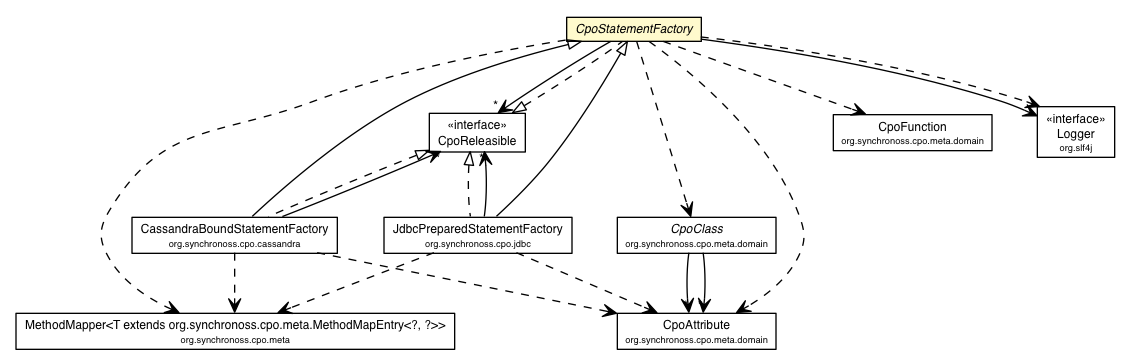
The Graphviz diagram site/apidocs/org/synchronoss/cpo/CpoStatementFactory.png in synchronoss/cpo-api, before a commit. Its source is kept beside it as site/apidocs/org/synchronoss/cpo/CpoStatementFactory.dot.
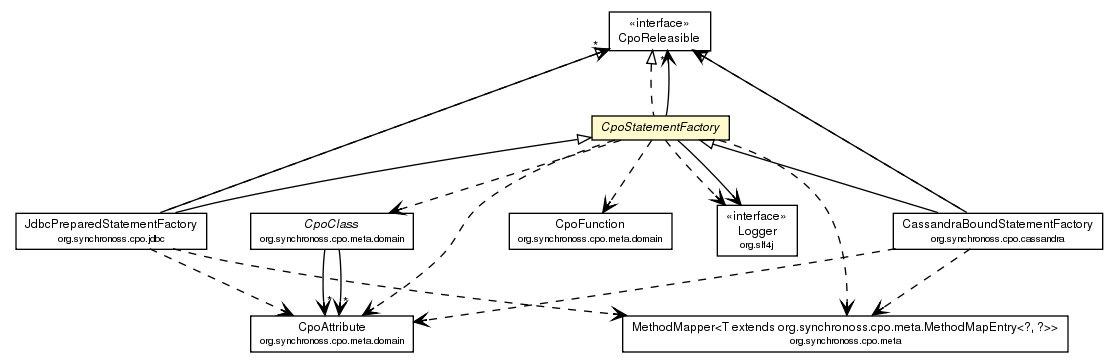
After the commit.

What changed in the source:
```diff
@@ -2,74 +2,74 @@
 digraph G {
 	edge [fontname="Helvetica",fontsize=10,labelfontname="Helvetica",labelfontsize=10];
 	node [fontname="Helvetica",fontsize=10,shape=plaintext];
-	c9514 [label=<<table border="0" cellborder="1" cellspacing="0" cellpadding="2" port="p" bgcolor="lemonChiffon" href="./CpoStatementFactory.html">
-		<tr><td><table border="0" cellspacing="0" cellpadding="1">
-			<tr><td><font face="Helvetica-Oblique"> CpoStatementFactory </font></td></tr>
-		</table></td></tr>
-		</table>>, fontname="Helvetica", fontcolor="black", fontsize=9.0];
-	c9516 [label=<<table border="0" cellborder="1" cellspacing="0" cellpadding="2" port="p" href="./CpoReleasible.html">
+	c14049 [label=<<table border="0" cellborder="1" cellspacing="0" cellpadding="2" port="p" href="./CpoReleasible.html">
 		<tr><td><table border="0" cellspacing="0" cellpadding="1">
 			<tr><td> &laquo;interface&raquo; </td></tr>
 			<tr><td> CpoReleasible </td></tr>
 		</table></td></tr>
 		</table>>, fontname="Helvetica", fontcolor="black", fontsize=9.0];
-	c9546 [label=<<table border="0" cellborder="1" cellspacing="0" cellpadding="2" port="p" href="./meta/MethodMapper.html">
+	c14051 [label=<<table border="0" cellborder="1" cellspacing="0" cellpadding="2" port="p" bgcolor="lemonChiffon" href="./CpoStatementFactory.html">
+		<tr><td><table border="0" cellspacing="0" cellpadding="1">
+			<tr><td><font face="Helvetica-Oblique"> CpoStatementFactory </font></td></tr>
+		</table></td></tr>
+		</table>>, fontname="Helvetica", fontcolor="black", fontsize=9.0];
+	c14068 [label=<<table border="0" cellborder="1" cellspacing="0" cellpadding="2" port="p" href="./meta/MethodMapper.html">
 		<tr><td><table border="0" cellspacing="0" cellpadding="1">
 			<tr><td> MethodMapper&lt;T extends org.synchronoss.cpo.meta.MethodMapEntry&lt;?, ?&gt;&gt; </td></tr>
 			<tr><td><font point-size="7.0"> org.synchronoss.cpo.meta </font></td></tr>
 		</table></td></tr>
 		</table>>, fontname="Helvetica", fontcolor="black", fontsize=9.0];
-	c9561 [label=<<table border="0" cellborder="1" cellspacing="0" cellpadding="2" port="p" href="./meta/domain/CpoFunction.html">
+	c14074 [label=<<table border="0" cellborder="1" cellspacing="0" cellpadding="2" port="p" href="./meta/domain/CpoAttribute.html">
+		<tr><td><table border="0" cellspacing="0" cellpadding="1">
+			<tr><td> CpoAttribute </td></tr>
+			<tr><td><font point-size="7.0"> org.synchronoss.cpo.meta.domain </font></td></tr>
+		</table></td></tr>
+		</table>>, fontname="Helvetica", fontcolor="black", fontsize=9.0];
+	c14078 [label=<<table border="0" cellborder="1" cellspacing="0" cellpadding="2" port="p" href="./meta/domain/CpoClass.html">
+		<tr><td><table border="0" cellspacing="0" cellpadding="1">
+			<tr><td><font face="Helvetica-Oblique"> CpoClass </font></td></tr>
+			<tr><td><font point-size="7.0"> org.synchronoss.cpo.meta.domain </font></td></tr>
+		</table></td></tr>
+		</table>>, fontname="Helvetica", fontcolor="black", fontsize=9.0];
+	c14080 [label=<<table border="0" cellborder="1" cellspacing="0" cellpadding="2" port="p" href="./meta/domain/CpoFunction.html">
 		<tr><td><table border="0" cellspacing="0" cellpadding="1">
 			<tr><td> CpoFunction </td></tr>
 			<tr><td><font point-size="7.0"> org.synchronoss.cpo.meta.domain </font></td></tr>
 		</table></td></tr>
 		</table>>, fontname="Helvetica", fontcolor="black", fontsize=9.0];
-	c9564 [label=<<table border="0" cellborder="1" cellspacing="0" cellpadding="2" port="p" href="./meta/domain/CpoClass.html">
-		<tr><td><table border="0" cellspacing="0" cellpadding="1">
-			<tr><td><font face="Helvetica-Oblique"> CpoClass </font></td></tr>
-			<tr><td><font point-size="7.0"> org.synchronoss.cpo.meta.domain </font></td></tr>
-		</table></td></tr>
-		</table>>, fontname="Helvetica", fontcolor="black", fontsize=9.0];
-	c9565 [label=<<table border="0" cellborder="1" cellspacing="0" cellpadding="2" port="p" href="./meta/domain/CpoAttribute.html">
-		<tr><td><table border="0" cellspacing="0" cellpadding="1">
-			<tr><td> CpoAttribute </td></tr>
-			<tr><td><font point-size="7.0"> org.synchronoss.cpo.meta.domain </font></td></tr>
-		</table></td></tr>
-		</table>>, fontname="Helvetica", fontcolor="black", fontsize=9.0];
-	c9624 [label=<<table border="0" cellborder="1" cellspacing="0" cellpadding="2" port="p" href="./jdbc/JdbcPreparedStatementFactory.html">
+	c14157 [label=<<table border="0" cellborder="1" cellspacing="0" cellpadding="2" port="p" href="./jdbc/JdbcPreparedStatementFactory.html">
 		<tr><td><table border="0" cellspacing="0" cellpadding="1">
 			<tr><td> JdbcPreparedStatementFactory </td></tr>
 			<tr><td><font point-size="7.0"> org.synchronoss.cpo.jdbc </font></td></tr>
 		</table></td></tr>
 		</table>>, fontname="Helvetica", fontcolor="black", fontsize=9.0];
-	c9676 [label=<<table border="0" cellborder="1" cellspacing="0" cellpadding="2" port="p" href="./cassandra/CassandraBoundStatementFactory.html">
+	c14195 [label=<<table border="0" cellborder="1" cellspacing="0" cellpadding="2" port="p" href="./cassandra/CassandraBoundStatementFactory.html">
 		<tr><td><table border="0" cellspacing="0" cellpadding="1">
 			<tr><td> CassandraBoundStatementFactory </td></tr>
 			<tr><td><font point-size="7.0"> org.synchronoss.cpo.cassandra </font></td></tr>
 		</table></td></tr>
 		</table>>, fontname="Helvetica", fontcolor="black", fontsize=9.0];
-	c9516:p -> c9514:p [dir=back,arrowtail=empty,style=dashed];
-	c9514:p -> c9624:p [dir=back,arrowtail=empty];
-	c9516:p -> c9624:p [dir=back,arrowtail=empty,style=dashed];
-	c9514:p -> c9676:p [dir=back,arrowtail=empty];
-	c9516:p -> c9676:p [dir=back,arrowtail=empty,style=dashed];
-	c9514:p -> c9720:p [taillabel="", label="", headlabel="", fontname="Helvetica", fontcolor="black", fontsize=10.0, color="black", arrowhead=open];
-	c9514:p -> c9516:p [taillabel="", label="", headlabel="*", fontname="Helvetica", fontcolor="black", fontsize=10.0, color="black", arrowhead=open];
-	c9564:p -> c9565:p [taillabel="", label="", headlabel="*", fontname="Helvetica", fontcolor="black", fontsize=10.0, color="black", arrowhead=open];
-	c9564:p -> c9565:p [taillabel="", label="", headlabel="*", fontname="Helvetica", fontcolor="black", fontsize=10.0, color="black", arrowhead=open];
-	c9624:p -> c9516:p [taillabel="", label="", headlabel="*", fontname="Helvetica", fontcolor="black", fontsize=10.0, color="black", arrowhead=open];
-	c9676:p -> c9516:p [taillabel="", label="", headlabel="*", fontname="Helvetica", fontcolor="black", fontsize=10.0, color="black", arrowhead=open];
-	c9514:p -> c9720:p [taillabel="", label="", headlabel="", fontname="Helvetica", fontcolor="black", fontsize=10.0, color="black", arrowhead=open, style=dashed];
-	c9514:p -> c9564:p [taillabel="", label="", headlabel="", fontname="Helvetica", fontcolor="black", fontsize=10.0, color="black", arrowhead=open, style=dashed];
-	c9514:p -> c9565:p [taillabel="", label="", headlabel="", fontname="Helvetica", fontcolor="black", fontsize=10.0, color="black", arrowhead=open, style=dashed];
-	c9514:p -> c9546:p [taillabel="", label="", headlabel="", fontname="Helvetica", fontcolor="black", fontsize=10.0, color="black", arrowhead=open, style=dashed];
-	c9514:p -> c9561:p [taillabel="", label="", headlabel="", fontname="Helvetica", fontcolor="black", fontsize=10.0, color="black", arrowhead=open, style=dashed];
-	c9624:p -> c9546:p [taillabel="", label="", headlabel="", fontname="Helvetica", fontcolor="black", fontsize=10.0, color="black", arrowhead=open, style=dashed];
-	c9624:p -> c9565:p [taillabel="", label="", headlabel="", fontname="Helvetica", fontcolor="black", fontsize=10.0, color="black", arrowhead=open, style=dashed];
-	c9676:p -> c9546:p [taillabel="", label="", headlabel="", fontname="Helvetica", fontcolor="black", fontsize=10.0, color="black", arrowhead=open, style=dashed];
-	c9676:p -> c9565:p [taillabel="", label="", headlabel="", fontname="Helvetica", fontcolor="black", fontsize=10.0, color="black", arrowhead=open, style=dashed];
-	c9720 [label=<<table border="0" cellborder="1" cellspacing="0" cellpadding="2" port="p" href="http://java.sun.com/j2se/1.4.2/docs/api/org/slf4j/Logger.html">
+	c14049:p -> c14051:p [dir=back,arrowtail=empty,style=dashed];
+	c14051:p -> c14157:p [dir=back,arrowtail=empty];
+	c14049:p -> c14157:p [dir=back,arrowtail=empty,style=dashed];
+	c14051:p -> c14195:p [dir=back,arrowtail=empty];
+	c14049:p -> c14195:p [dir=back,arrowtail=empty,style=dashed];
+	c14051:p -> c14237:p [taillabel="", label="", headlabel="", fontname="Helvetica", fontcolor="black", fontsize=10.0, color="black", arrowhead=open];
+	c14051:p -> c14049:p [taillabel="", label="", headlabel="*", fontname="Helvetica", fontcolor="black", fontsize=10.0, color="black", arrowhead=open];
+	c14078:p -> c14074:p [taillabel="", label="", headlabel="*", fontname="Helvetica", fontcolor="black", fontsize=10.0, color="black", arrowhead=open];
+	c14078:p -> c14074:p [taillabel="", label="", headlabel="*", fontname="Helvetica", fontcolor="black", fontsize=10.0, color="black", arrowhead=open];
+	c14157:p -> c14049:p [taillabel="", label="", headlabel="*", fontname="Helvetica", fontcolor="black", fontsize=10.0, color="black", arrowhead=open];
+	c14195:p -> c14049:p [taillabel="", label="", headlabel="*", fontname="Helvetica", fontcolor="black", fontsize=10.0, color="black", arrowhead=open];
+	c14051:p -> c14237:p [taillabel="", label="", headlabel="", fontname="Helvetica", fontcolor="black", fontsize=10.0, color="black", arrowhead=open, style=dashed];
+	c14051:p -> c14078:p [taillabel="", label="", headlabel="", fontname="Helvetica", fontcolor="black", fontsize=10.0, color="black", arrowhead=open, style=dashed];
+	c14051:p -> c14074:p [taillabel="", label="", headlabel="", fontname="Helvetica", fontcolor="black", fontsize=10.0, color="black", arrowhead=open, style=dashed];
+	c14051:p -> c14068:p [taillabel="", label="", headlabel="", fontname="Helvetica", fontcolor="black", fontsize=10.0, color="black", arrowhead=open, style=dashed];
+	c14051:p -> c14080:p [taillabel="", label="", headlabel="", fontname="Helvetica", fontcolor="black", fontsize=10.0, color="black", arrowhead=open, style=dashed];
+	c14157:p -> c14068:p [taillabel="", label="", headlabel="", fontname="Helvetica", fontcolor="black", fontsize=10.0, color="black", arrowhead=open, style=dashed];
+	c14157:p -> c14074:p [taillabel="", label="", headlabel="", fontname="Helvetica", fontcolor="black", fontsize=10.0, color="black", arrowhead=open, style=dashed];
+	c14195:p -> c14074:p [taillabel="", label="", headlabel="", fontname="Helvetica", fontcolor="black", fontsize=10.0, color="black", arrowhead=open, style=dashed];
+	c14195:p -> c14068:p [taillabel="", label="", headlabel="", fontname="Helvetica", fontcolor="black", fontsize=10.0, color="black", arrowhead=open, style=dashed];
+	c14237 [label=<<table border="0" cellborder="1" cellspacing="0" cellpadding="2" port="p" href="http://java.sun.com/j2se/1.4.2/docs/api/org/slf4j/Logger.html">
 		<tr><td><table border="0" cellspacing="0" cellpadding="1">
 			<tr><td> &laquo;interface&raquo; </td></tr>
 			<tr><td> Logger </td></tr>
```
